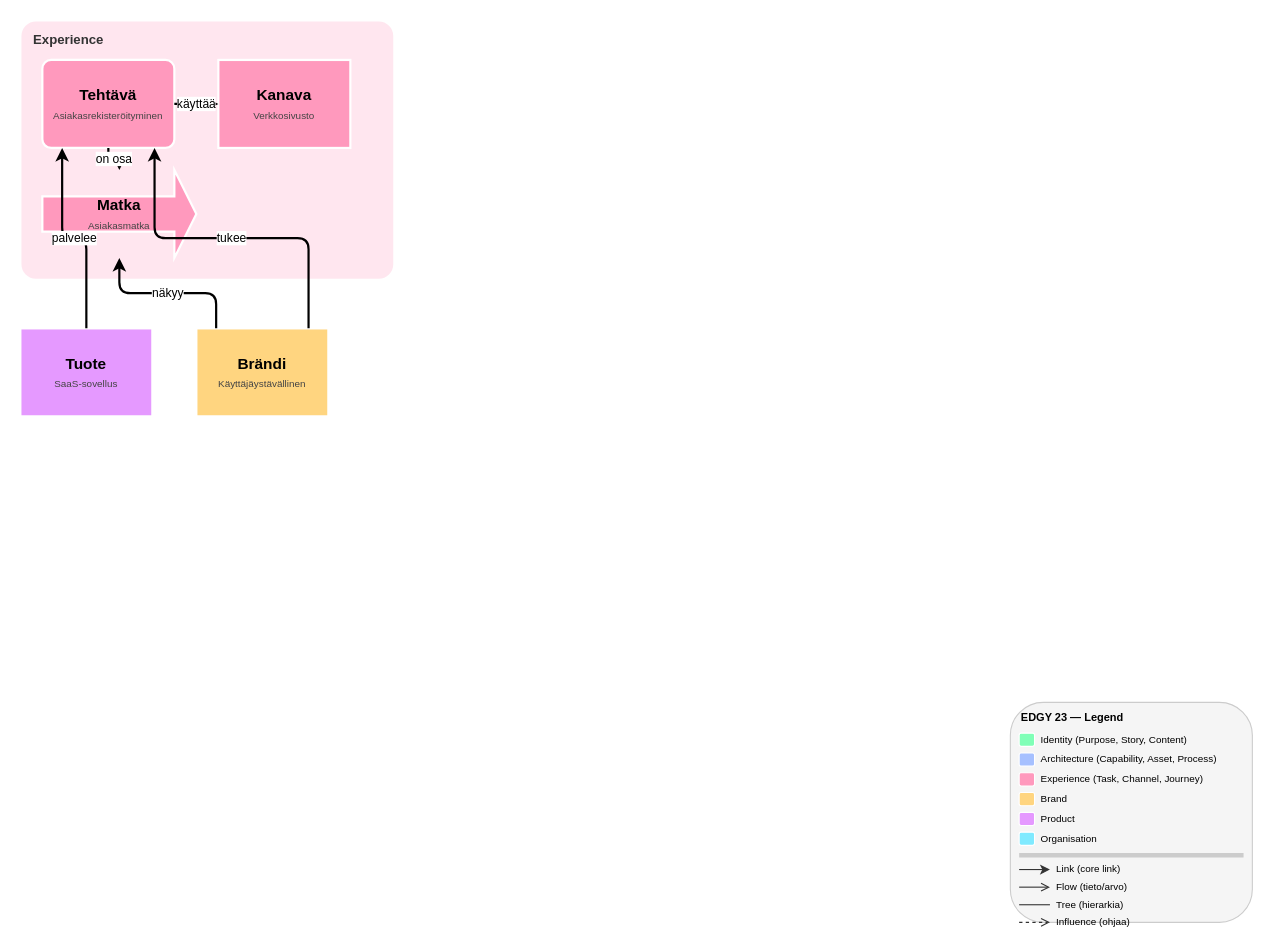
Above: skills/documentation/edgy-diagram/examples/expected-experience.drawio in Rahola/edgy-skills (draw.io), before the change. Source tidied: cells renumbered, new cells numbered last; positions are measured from the earlier drawing's top-left corner, leaving out a move shared by most shapes. Both pictures are drawn from the tidied source at 110%, with x=0, y=0 at pixel (20, 20).
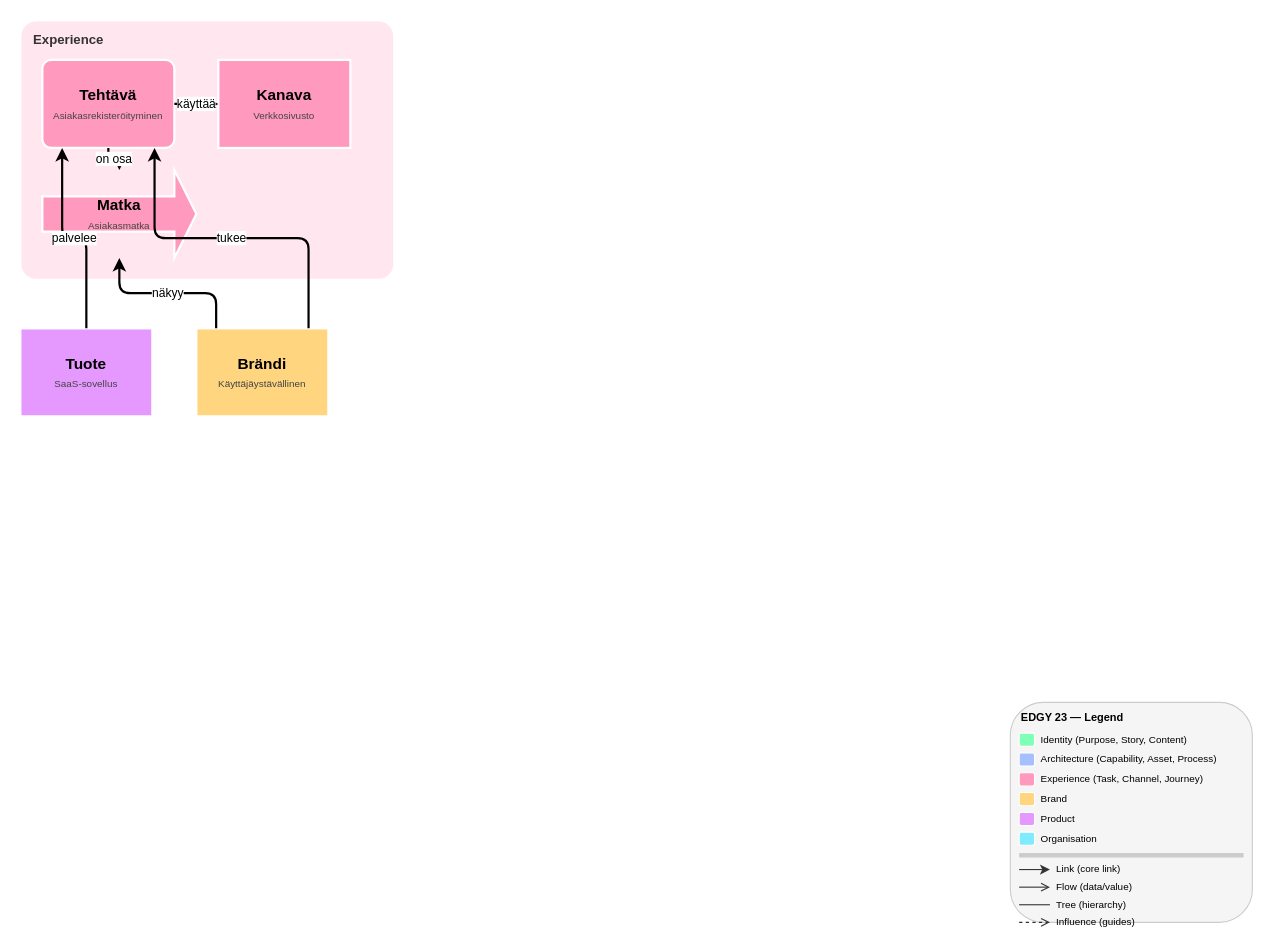
Above is the later version.

Diff of the diagram source:
```diff
@@
-    <mxCell id="31" value="Flow (tieto/arvo)" style="text;html=1;align=left;verticalAlign=middle;strokeColor=none;fillColor=none;fontSize=9;" parent="1" vertex="1">
+    <mxCell id="31" value="Flow (data/value)" style="text;html=1;align=left;verticalAlign=middle;strokeColor=none;fillColor=none;fontSize=9;" parent="1" vertex="1">
       <mxGeometry x="940" y="780" width="172" height="16" as="geometry" />
     </mxCell>
@@
-    <mxCell id="33" value="Tree (hierarkia)" style="text;html=1;align=left;verticalAlign=middle;strokeColor=none;fillColor=none;fontSize=9;" parent="1" vertex="1">
+    <mxCell id="33" value="Tree (hierarchy)" style="text;html=1;align=left;verticalAlign=middle;strokeColor=none;fillColor=none;fontSize=9;" parent="1" vertex="1">
       <mxGeometry x="940" y="796" width="172" height="16" as="geometry" />
     </mxCell>
@@
-    <mxCell id="35" value="Influence (ohjaa)" style="text;html=1;align=left;verticalAlign=middle;strokeColor=none;fillColor=none;fontSize=9;" parent="1" vertex="1">
+    <mxCell id="35" value="Influence (guides)" style="text;html=1;align=left;verticalAlign=middle;strokeColor=none;fillColor=none;fontSize=9;" parent="1" vertex="1">
       <mxGeometry x="940" y="812" width="172" height="16" as="geometry" />
     </mxCell>
```
